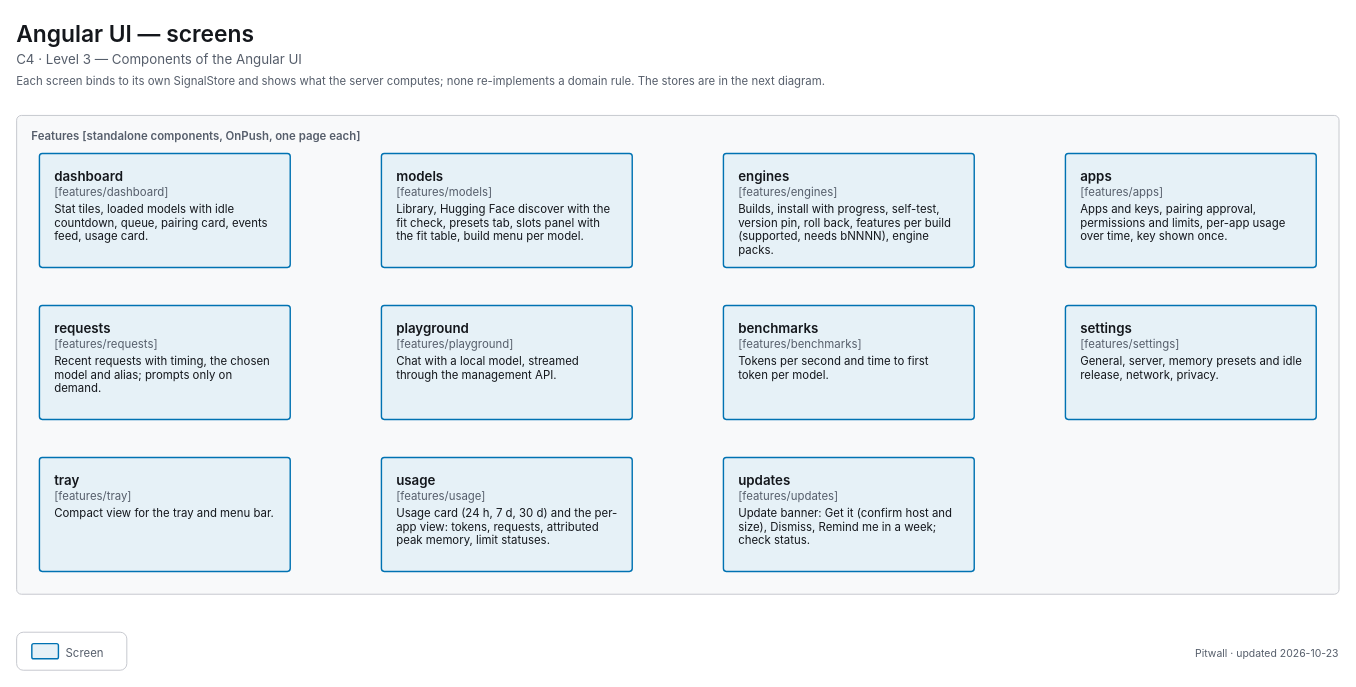
decryp7/paddock keeps this draw.io diagram as apps/pitwall/docs/diagrams/c4-3-ui-features.drawio. Above is the earlier version. Source tidied: cells renumbered, new cells numbered last; positions are measured from the earlier drawing's top-left corner, leaving out a move shared by most shapes. Both pictures are drawn from the tidied source at 95%, with x=0, y=0 at pixel (16, 16).
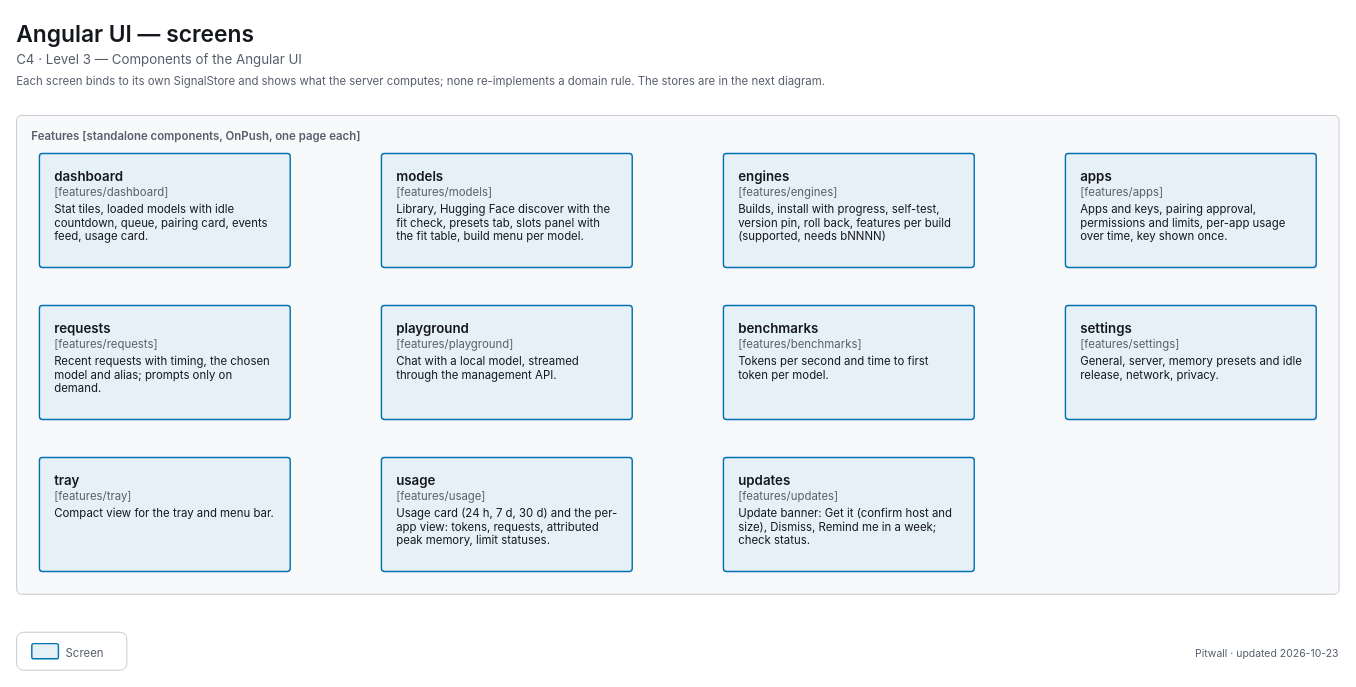
Above is the later version.

What changed in the source:
```diff
@@
-    <mxCell id="8" value="&lt;span style=&quot;font-size:14px;font-weight:600&quot;&gt;engines&lt;/span&gt;&lt;br&gt;&lt;span style=&quot;font-size:12px;color:light-dark(#565E6B,#A0A7B2)&quot;&gt;[features/engines]&lt;/span&gt;&lt;br&gt;&lt;div style=&quot;margin-top:4px;font-size:12px&quot;&gt;Builds, install with progress, self-test, version pin, roll back, features per build (supported, needs bNNNN), engine packs.&lt;/div&gt;" style="html=1;whiteSpace=wrap;fontFamily=-apple-system,BlinkMacSystemFont,Segoe UI,system-ui,sans-serif;fontSize=12;fontColor=light-dark(#14171C,#ECEEF1);rounded=1;absoluteArcSize=1;arcSize=6;strokeWidth=1.5;strokeColor=light-dark(#0072B2,#56B4E9);fillColor=light-dark(#E6F1F7,#1F303C);align=left;verticalAlign=top;spacingLeft=14;spacingRight=14;spacingTop=10;spacingBottom=8;" parent="1" vertex="1">
+    <mxCell id="8" value="&lt;span style=&quot;font-size:14px;font-weight:600&quot;&gt;engines&lt;/span&gt;&lt;br&gt;&lt;span style=&quot;font-size:12px;color:light-dark(#565E6B,#A0A7B2)&quot;&gt;[features/engines]&lt;/span&gt;&lt;br&gt;&lt;div style=&quot;margin-top:4px;font-size:12px&quot;&gt;Builds, install with progress, self-test, version pin, roll back, features per build (supported, needs bNNNN)&lt;/div&gt;" style="html=1;whiteSpace=wrap;fontFamily=-apple-system,BlinkMacSystemFont,Segoe UI,system-ui,sans-serif;fontSize=12;fontColor=light-dark(#14171C,#ECEEF1);rounded=1;absoluteArcSize=1;arcSize=6;strokeWidth=1.5;strokeColor=light-dark(#0072B2,#56B4E9);fillColor=light-dark(#E6F1F7,#1F303C);align=left;verticalAlign=top;spacingLeft=14;spacingRight=14;spacingTop=10;spacingBottom=8;" parent="1" vertex="1">
       <mxGeometry x="744" y="144" width="264" height="120" as="geometry" />
     </mxCell>
```
